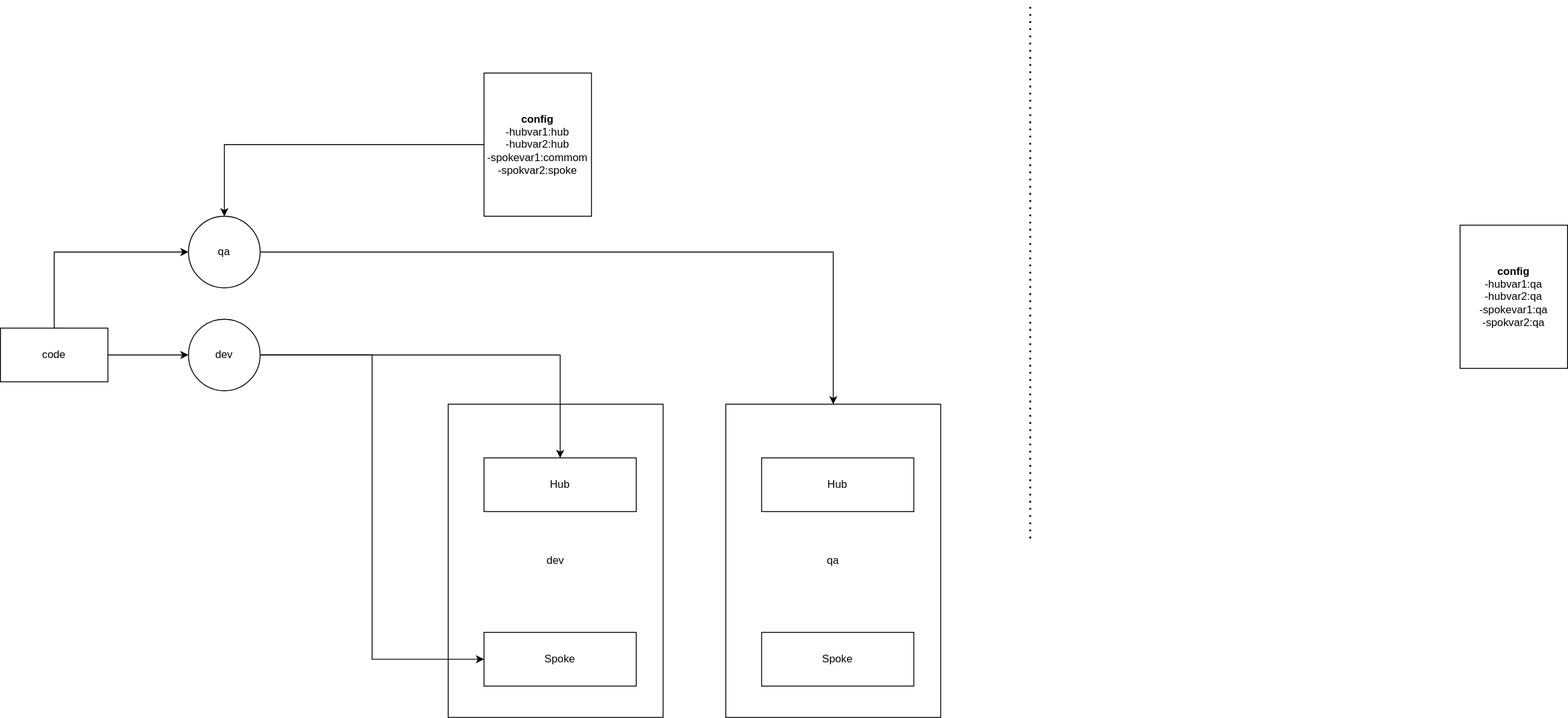
vjavle/invoicecloud keeps this draw.io diagram as infra/configurationdriveninfrastructure.svg. Above is the earlier version. Source tidied: cells renumbered, new cells last; positions are measured from the earlier drawing's top-left corner, leaving out a move shared by most shapes.
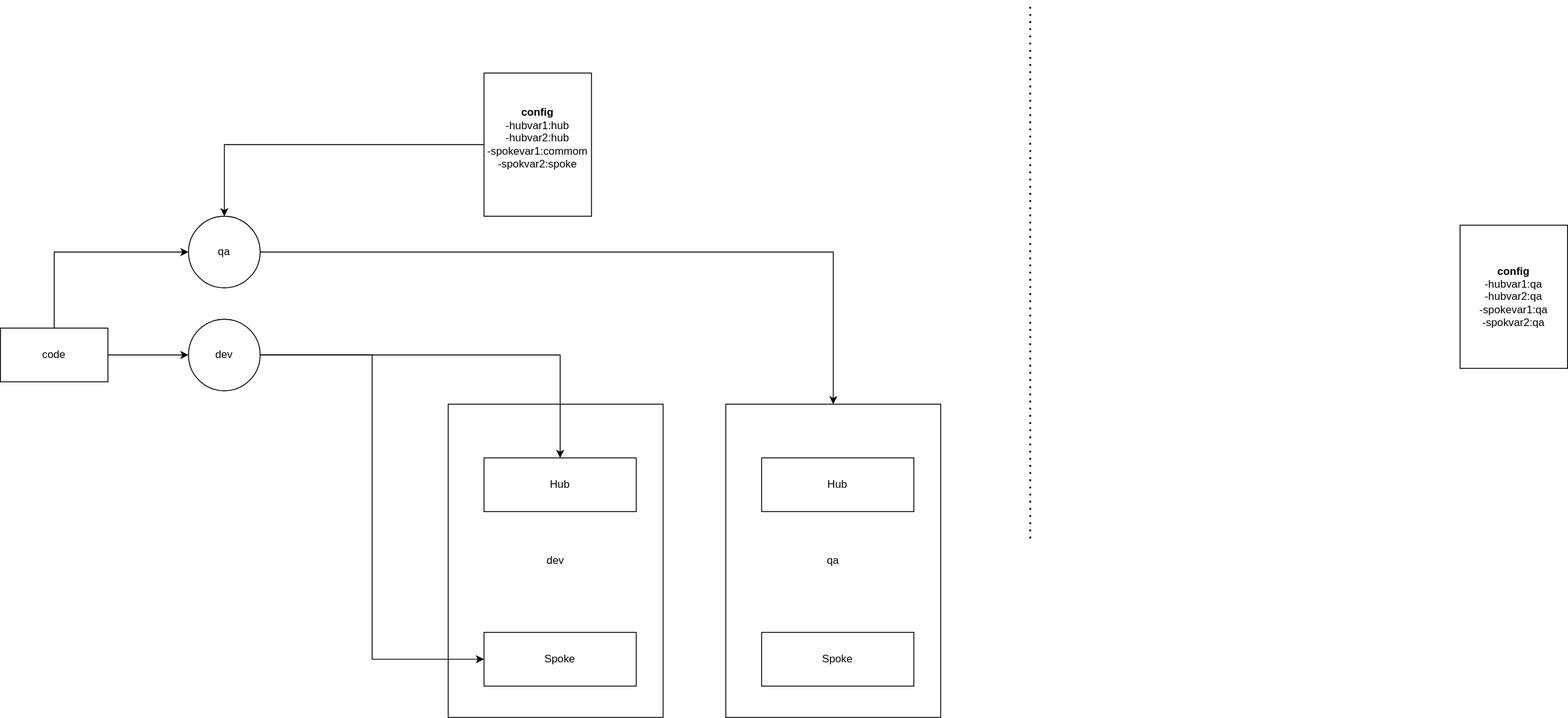
After the commit.

What changed in the source:
```diff
@@ -11,7 +11,7 @@
     <mxCell id="4" style="edgeStyle=orthogonalEdgeStyle;rounded=0;jettySize=auto;html=1;entryX=0.5;entryY=0;entryDx=0;entryDy=0;" parent="1" edge="1" source="5" target="16">
       <mxGeometry relative="1" as="geometry" />
     </mxCell>
-    <mxCell id="5" value="&lt;b&gt;config&lt;/b&gt;&lt;br&gt;-hubvar1:hub&lt;br&gt;-hubvar2:hub&lt;br&gt;-spokevar1:commom&lt;br&gt;-spokvar2:spoke" style="rounded=0;whiteSpace=wrap;html=1;" parent="1" vertex="1">
+    <mxCell id="5" value="&lt;b&gt;config&lt;/b&gt;&lt;br&gt;-hubvar1:hub&lt;br&gt;-hubvar2:hub&lt;br&gt;-spokevar1:commom&lt;br&gt;-spokvar2:spoke&lt;br&gt;&lt;br&gt;" style="rounded=0;whiteSpace=wrap;html=1;" parent="1" vertex="1">
       <mxGeometry x="540" y="80" width="120" height="160" as="geometry" />
     </mxCell>
     <mxCell id="6" style="endArrow=none;dashed=1;html=1;dashPattern=1 3;strokeWidth=2;rounded=0;" parent="1" edge="1">
```
